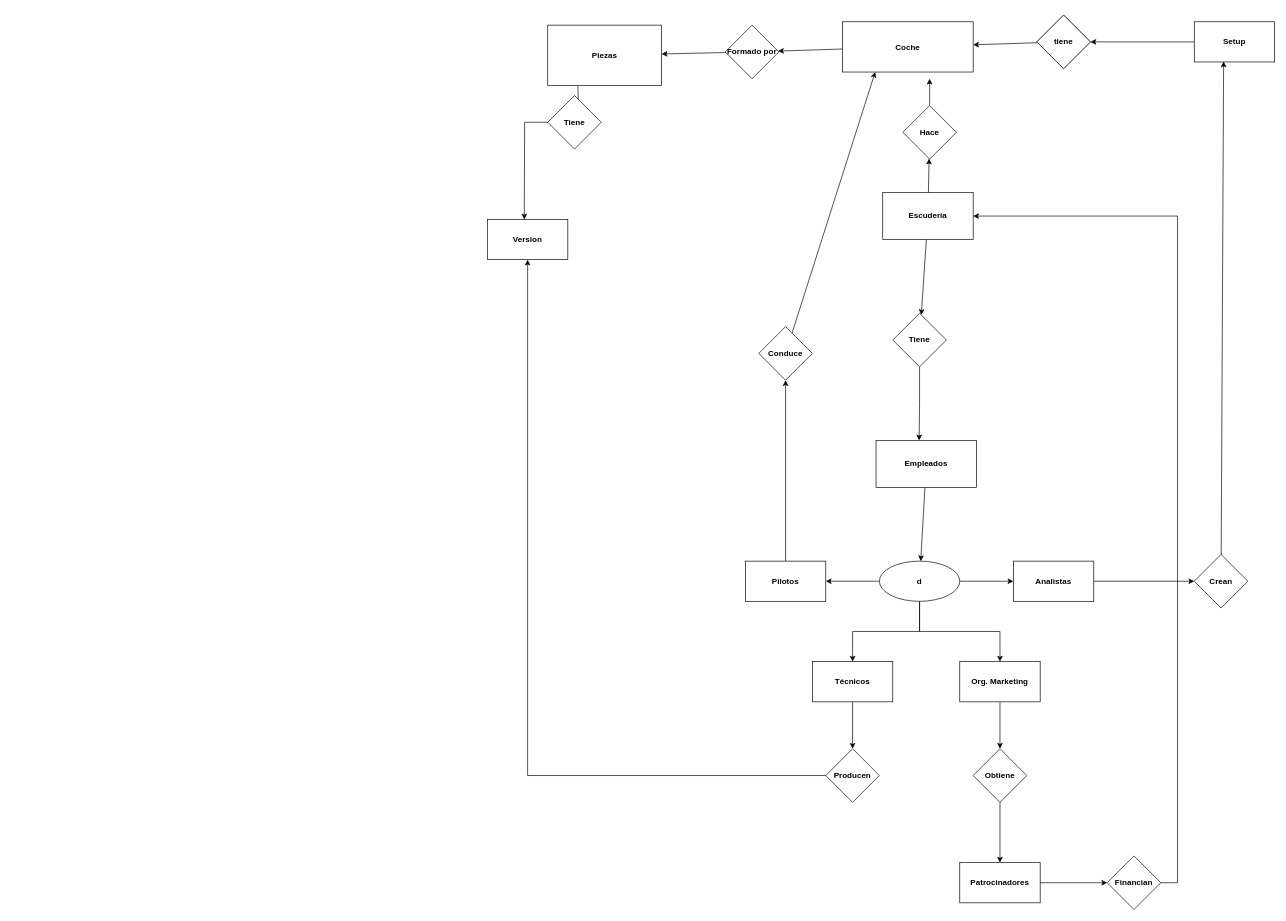
sofiaxinzo/mere keeps this draw.io diagram as Diagrama sin título.drawio. Above is the earlier version. Source tidied: cells renumbered, new cells numbered last; positions are measured from the earlier drawing's top-left corner, leaving out a move shared by most shapes. Both pictures are drawn from the tidied source at 67%, with x=0, y=0 at pixel (487, 15).
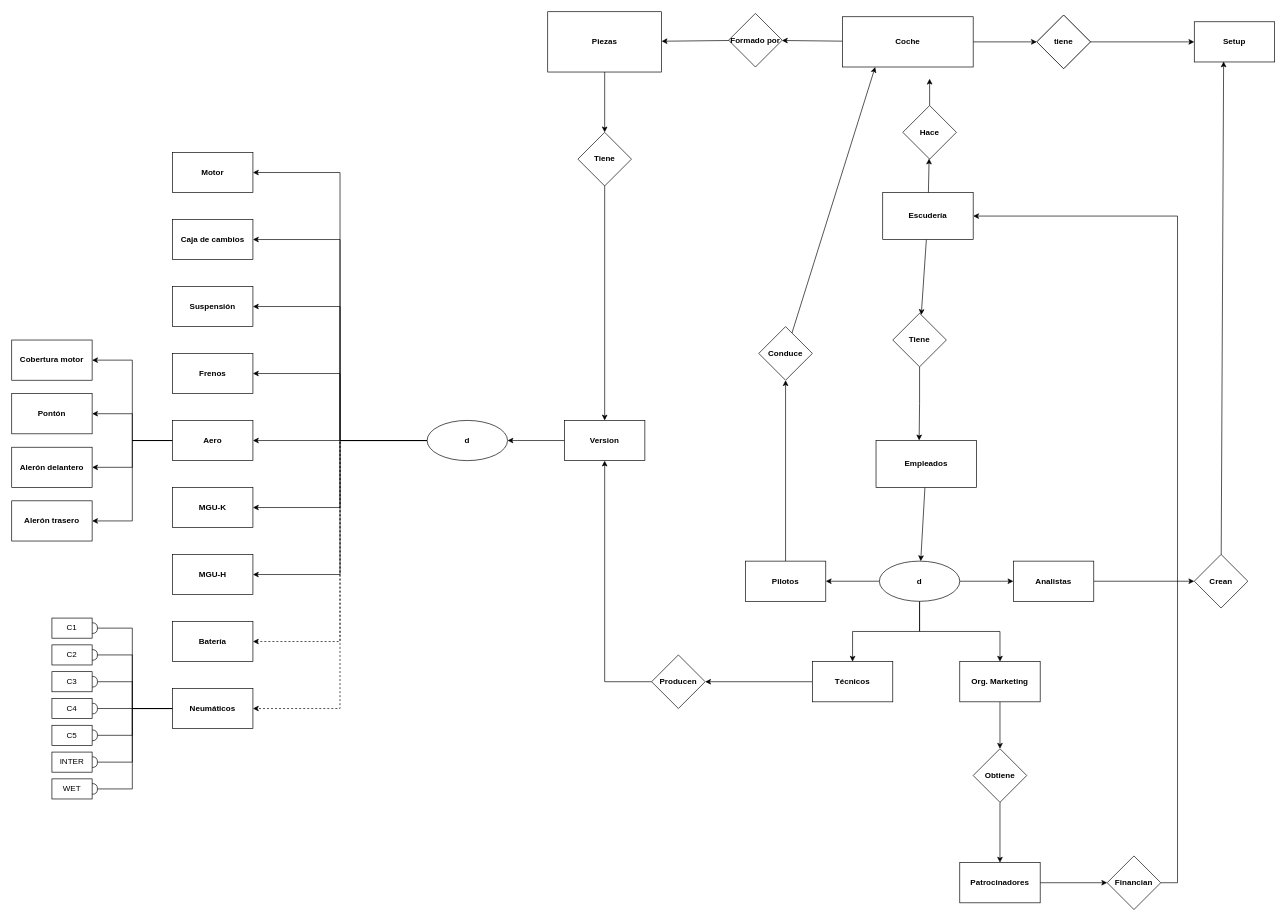
The same diagram, later.

The change refers to these unchanged cells:
```xml
<mxCell id="32" value="&lt;b&gt;Setup&lt;/b&gt;" style="rounded=0;whiteSpace=wrap;html=1;" parent="1" vertex="1">
  <mxGeometry x="1055" y="10" width="120" height="60" as="geometry" />
</mxCell>
<mxCell id="34" value="&lt;b&gt;tiene&lt;/b&gt;" style="rhombus;whiteSpace=wrap;html=1;rounded=0;" parent="1" vertex="1">
  <mxGeometry x="820" width="80" height="80" as="geometry" />
</mxCell>
```

What changed in the source:
```diff
@@
-    <mxCell id="2" style="edgeStyle=orthogonalEdgeStyle;rounded=0;jettySize=auto;html=1;" parent="1" edge="1" target="6">
-      <mxGeometry relative="1" as="geometry">
-        <mxPoint x="135" y="105" as="sourcePoint" />
-      </mxGeometry>
+    <mxCell id="2" style="edgeStyle=orthogonalEdgeStyle;rounded=0;jettySize=auto;html=1;exitX=0.5;exitY=1;exitDx=0;exitDy=0;" parent="1" edge="1" source="28" target="6">
+      <mxGeometry relative="1" as="geometry" />
     </mxCell>
@@
     <mxCell id="4" value="Formado por" style="rhombus;whiteSpace=wrap;html=1;startSize=30;fontStyle=1;" parent="1" vertex="1">
-      <mxGeometry x="355" y="15" width="80" height="80" as="geometry" />
+      <mxGeometry x="360" y="-2.5" width="80" height="80" as="geometry" />
     </mxCell>
-    <mxCell id="5" style="edgeStyle=orthogonalEdgeStyle;rounded=0;jettySize=auto;html=1;entryX=0.5;entryY=0;entryDx=0;entryDy=0;" parent="1" edge="1" source="6">
+    <mxCell id="5" style="edgeStyle=orthogonalEdgeStyle;rounded=0;jettySize=auto;html=1;entryX=0.5;entryY=0;entryDx=0;entryDy=0;exitX=0.5;exitY=1;exitDx=0;exitDy=0;" parent="1" edge="1" source="6" target="27">
       <mxGeometry relative="1" as="geometry">
-        <mxPoint x="55" y="305" as="targetPoint" />
+        <Array as="points">
+          <mxPoint x="175" y="605" />
+        </Array>
       </mxGeometry>
     </mxCell>
     <mxCell id="6" value="Tiene" style="rhombus;whiteSpace=wrap;html=1;startSize=30;fontStyle=1;" parent="1" vertex="1">
-      <mxGeometry x="90" y="120" width="80" height="80" as="geometry" />
+      <mxGeometry x="135" y="175" width="80" height="80" as="geometry" />
     </mxCell>
@@
     <mxCell id="25" style="edgeStyle=orthogonalEdgeStyle;rounded=0;jettySize=auto;html=1;entryX=0.5;entryY=1;entryDx=0;entryDy=0;" parent="1" edge="1" source="26" target="27">
-      <mxGeometry relative="1" as="geometry" />
+      <mxGeometry relative="1" as="geometry">
+        <Array as="points">
+          <mxPoint x="175" y="995" />
+        </Array>
+      </mxGeometry>
     </mxCell>
     <mxCell id="26" value="Producen" style="rhombus;whiteSpace=wrap;html=1;startSize=30;fontStyle=1;" parent="1" vertex="1">
-      <mxGeometry x="505" y="1095" width="80" height="80" as="geometry" />
+      <mxGeometry x="245" y="955" width="80" height="80" as="geometry" />
     </mxCell>
+    <mxCell id="50" style="edgeStyle=orthogonalEdgeStyle;rounded=0;jettySize=auto;html=1;entryX=1;entryY=0.5;entryDx=0;entryDy=0;" parent="1" edge="1" source="27" target="62">
+      <mxGeometry relative="1" as="geometry" />
+    </mxCell>
     <mxCell id="27" value="&lt;b&gt;Version&lt;/b&gt;" style="rounded=0;whiteSpace=wrap;html=1;" parent="1" vertex="1">
-      <mxGeometry y="305" width="120" height="60" as="geometry" />
+      <mxGeometry x="115" y="605" width="120" height="60" as="geometry" />
     </mxCell>
     <mxCell id="28" value="&lt;b&gt;Piezas&lt;/b&gt;" style="rounded=0;whiteSpace=wrap;html=1;" parent="1" vertex="1">
-      <mxGeometry x="90" y="15" width="170" height="90" as="geometry" />
+      <mxGeometry x="90" y="-5" width="170" height="90" as="geometry" />
     </mxCell>
@@
+    <mxCell id="51" style="edgeStyle=orthogonalEdgeStyle;rounded=0;jettySize=auto;html=1;entryX=0;entryY=0.5;entryDx=0;entryDy=0;endArrow=classic;endFill=1;" parent="1" edge="1" source="30" target="34">
+      <mxGeometry relative="1" as="geometry" />
+    </mxCell>
     <mxCell id="30" value="&lt;b&gt;Coche&lt;/b&gt;" style="rounded=0;whiteSpace=wrap;html=1;" parent="1" vertex="1">
-      <mxGeometry x="530" y="10" width="195" height="75" as="geometry" />
+      <mxGeometry x="530" y="2.5" width="195" height="75" as="geometry" />
     </mxCell>
-    <mxCell id="31" style="rounded=0;jettySize=auto;html=1;strokeColor=default;" parent="1" edge="1" source="32" target="34">
-      <mxGeometry relative="1" as="geometry" />
-    </mxCell>
@@
-    <mxCell id="33" style="edgeStyle=none;rounded=0;jettySize=auto;html=1;strokeColor=default;" parent="1" edge="1" source="34" target="30">
-      <mxGeometry relative="1" as="geometry" />
-    </mxCell>
+    <mxCell id="52" style="edgeStyle=orthogonalEdgeStyle;rounded=0;jettySize=auto;html=1;entryX=0;entryY=0.5;entryDx=0;entryDy=0;endArrow=classic;endFill=1;" parent="1" edge="1" source="34" target="32">
+      <mxGeometry relative="1" as="geometry" />
+    </mxCell>
@@
+    <mxCell id="53" style="edgeStyle=orthogonalEdgeStyle;rounded=0;jettySize=auto;html=1;exitX=0;exitY=0.5;exitDx=0;exitDy=0;entryX=1;entryY=0.5;entryDx=0;entryDy=0;" parent="1" edge="1" source="62" target="70">
+      <mxGeometry relative="1" as="geometry" />
+    </mxCell>
+    <mxCell id="54" style="edgeStyle=orthogonalEdgeStyle;rounded=0;jettySize=auto;html=1;entryX=1;entryY=0.5;entryDx=0;entryDy=0;exitX=0;exitY=0.5;exitDx=0;exitDy=0;" parent="1" edge="1" source="62" target="63">
+      <mxGeometry relative="1" as="geometry" />
+    </mxCell>
+    <mxCell id="55" style="edgeStyle=orthogonalEdgeStyle;rounded=0;jettySize=auto;html=1;entryX=1;entryY=0.5;entryDx=0;entryDy=0;" parent="1" edge="1" source="62" target="64">
+      <mxGeometry relative="1" as="geometry" />
+    </mxCell>
+    <mxCell id="56" style="edgeStyle=orthogonalEdgeStyle;rounded=0;jettySize=auto;html=1;exitX=0;exitY=0.5;exitDx=0;exitDy=0;entryX=1;entryY=0.5;entryDx=0;entryDy=0;" parent="1" edge="1" source="62" target="74">
+      <mxGeometry relative="1" as="geometry" />
+    </mxCell>
+    <mxCell id="57" style="edgeStyle=orthogonalEdgeStyle;rounded=0;jettySize=auto;html=1;exitX=0;exitY=0.5;exitDx=0;exitDy=0;entryX=1;entryY=0.5;entryDx=0;entryDy=0;" parent="1" edge="1" source="62" target="69">
+      <mxGeometry relative="1" as="geometry" />
+    </mxCell>
+    <mxCell id="58" style="edgeStyle=orthogonalEdgeStyle;rounded=0;jettySize=auto;html=1;exitX=0;exitY=0.5;exitDx=0;exitDy=0;entryX=1;entryY=0.5;entryDx=0;entryDy=0;" parent="1" edge="1" source="62" target="72">
+      <mxGeometry relative="1" as="geometry" />
+    </mxCell>
+    <mxCell id="59" style="edgeStyle=orthogonalEdgeStyle;rounded=0;jettySize=auto;html=1;entryX=1;entryY=0.5;entryDx=0;entryDy=0;endArrow=classic;endFill=1;" parent="1" edge="1" source="62" target="73">
+      <mxGeometry relative="1" as="geometry" />
+    </mxCell>
+    <mxCell id="60" style="edgeStyle=orthogonalEdgeStyle;rounded=0;jettySize=auto;html=1;exitX=0;exitY=0.5;exitDx=0;exitDy=0;entryX=1;entryY=0.5;entryDx=0;entryDy=0;dashed=1;" parent="1" edge="1" source="62" target="71">
+      <mxGeometry relative="1" as="geometry" />
+    </mxCell>
+    <mxCell id="61" style="edgeStyle=orthogonalEdgeStyle;rounded=0;jettySize=auto;html=1;exitX=0;exitY=0.5;exitDx=0;exitDy=0;entryX=1;entryY=0.5;entryDx=0;entryDy=0;dashed=1;" parent="1" edge="1" source="62" target="81">
+      <mxGeometry relative="1" as="geometry" />
+    </mxCell>
+    <mxCell id="62" value="d" style="ellipse;whiteSpace=wrap;html=1;startSize=30;fontStyle=1;" parent="1" vertex="1">
+      <mxGeometry x="-90" y="605" width="120" height="60" as="geometry" />
+    </mxCell>
+    <mxCell id="63" value="&lt;b&gt;Caja de cambios&lt;/b&gt;" style="rounded=0;whiteSpace=wrap;html=1;" parent="1" vertex="1">
+      <mxGeometry x="-470" y="305" width="120" height="60" as="geometry" />
+    </mxCell>
+    <mxCell id="64" value="&lt;b&gt;Suspensión&lt;/b&gt;" style="rounded=0;whiteSpace=wrap;html=1;" parent="1" vertex="1">
+      <mxGeometry x="-470" y="405" width="120" height="60" as="geometry" />
+    </mxCell>
+    <mxCell id="65" style="edgeStyle=orthogonalEdgeStyle;rounded=0;jettySize=auto;html=1;exitX=0;exitY=0.5;exitDx=0;exitDy=0;entryX=1;entryY=0.5;entryDx=0;entryDy=0;" parent="1" edge="1" source="69" target="83">
+      <mxGeometry relative="1" as="geometry" />
+    </mxCell>
+    <mxCell id="66" style="edgeStyle=orthogonalEdgeStyle;rounded=0;jettySize=auto;html=1;entryX=1;entryY=0.5;entryDx=0;entryDy=0;" parent="1" edge="1" source="69" target="84">
+      <mxGeometry relative="1" as="geometry" />
+    </mxCell>
+    <mxCell id="67" style="edgeStyle=orthogonalEdgeStyle;rounded=0;jettySize=auto;html=1;entryX=1;entryY=0.5;entryDx=0;entryDy=0;" parent="1" edge="1" source="69" target="85">
+      <mxGeometry relative="1" as="geometry" />
+    </mxCell>
+    <mxCell id="68" style="edgeStyle=orthogonalEdgeStyle;rounded=0;jettySize=auto;html=1;entryX=1;entryY=0.5;entryDx=0;entryDy=0;" parent="1" edge="1" source="69" target="82">
+      <mxGeometry relative="1" as="geometry" />
+    </mxCell>
+    <mxCell id="69" value="&lt;b&gt;Aero&lt;/b&gt;" style="rounded=0;whiteSpace=wrap;html=1;" parent="1" vertex="1">
+      <mxGeometry x="-470" y="605" width="120" height="60" as="geometry" />
+    </mxCell>
+    <mxCell id="70" value="&lt;b&gt;Motor&lt;/b&gt;" style="rounded=0;whiteSpace=wrap;html=1;" parent="1" vertex="1">
+      <mxGeometry x="-470" y="205" width="120" height="60" as="geometry" />
+    </mxCell>
+    <mxCell id="71" value="&lt;b&gt;Batería&lt;/b&gt;" style="rounded=0;whiteSpace=wrap;html=1;" parent="1" vertex="1">
+      <mxGeometry x="-470" y="905" width="120" height="60" as="geometry" />
+    </mxCell>
+    <mxCell id="72" value="&lt;b&gt;MGU-K&lt;/b&gt;" style="rounded=0;whiteSpace=wrap;html=1;" parent="1" vertex="1">
+      <mxGeometry x="-470" y="705" width="120" height="60" as="geometry" />
+    </mxCell>
+    <mxCell id="73" value="&lt;b&gt;MGU-H&lt;/b&gt;" style="rounded=0;whiteSpace=wrap;html=1;" parent="1" vertex="1">
+      <mxGeometry x="-470" y="805" width="120" height="60" as="geometry" />
+    </mxCell>
+    <mxCell id="74" value="&lt;b&gt;Frenos&lt;/b&gt;" style="rounded=0;whiteSpace=wrap;html=1;" parent="1" vertex="1">
+      <mxGeometry x="-470" y="505" width="120" height="60" as="geometry" />
+    </mxCell>
+    <mxCell id="75" style="edgeStyle=orthogonalEdgeStyle;rounded=0;jettySize=auto;html=1;entryX=1;entryY=0.5;entryDx=0;entryDy=0;endArrow=halfCircle;endFill=0;" parent="1" edge="1" source="81" target="86">
+      <mxGeometry relative="1" as="geometry" />
+    </mxCell>
+    <mxCell id="76" style="edgeStyle=orthogonalEdgeStyle;rounded=0;jettySize=auto;html=1;entryX=1;entryY=0.5;entryDx=0;entryDy=0;endArrow=halfCircle;endFill=0;" parent="1" edge="1" source="81" target="87">
+      <mxGeometry relative="1" as="geometry" />
+    </mxCell>
+    <mxCell id="77" style="edgeStyle=orthogonalEdgeStyle;rounded=0;jettySize=auto;html=1;entryX=1;entryY=0.5;entryDx=0;entryDy=0;endArrow=halfCircle;endFill=0;" parent="1" edge="1" source="81" target="88">
+      <mxGeometry relative="1" as="geometry" />
+    </mxCell>
+    <mxCell id="78" style="edgeStyle=orthogonalEdgeStyle;rounded=0;jettySize=auto;html=1;entryX=1;entryY=0.5;entryDx=0;entryDy=0;endArrow=halfCircle;endFill=0;" parent="1" edge="1" source="81" target="89">
+      <mxGeometry relative="1" as="geometry" />
+    </mxCell>
+    <mxCell id="79" style="edgeStyle=orthogonalEdgeStyle;rounded=0;jettySize=auto;html=1;entryX=1;entryY=0.5;entryDx=0;entryDy=0;endArrow=halfCircle;endFill=0;" parent="1" edge="1" source="81" target="90">
+      <mxGeometry relative="1" as="geometry" />
+    </mxCell>
+    <mxCell id="80" style="edgeStyle=orthogonalEdgeStyle;rounded=0;jettySize=auto;html=1;entryX=1;entryY=0.5;entryDx=0;entryDy=0;endArrow=halfCircle;endFill=0;" parent="1" edge="1" source="81" target="91">
+      <mxGeometry relative="1" as="geometry" />
+    </mxCell>
+    <mxCell id="81" value="&lt;b&gt;Neumáticos&lt;/b&gt;" style="rounded=0;whiteSpace=wrap;html=1;" parent="1" vertex="1">
+      <mxGeometry x="-470" y="1005" width="120" height="60" as="geometry" />
+    </mxCell>
+    <mxCell id="82" value="&lt;b&gt;Cobertura motor&lt;/b&gt;" style="rounded=0;whiteSpace=wrap;html=1;" parent="1" vertex="1">
+      <mxGeometry x="-710" y="485" width="120" height="60" as="geometry" />
+    </mxCell>
+    <mxCell id="83" value="&lt;b&gt;Pontón&lt;/b&gt;" style="rounded=0;whiteSpace=wrap;html=1;" parent="1" vertex="1">
+      <mxGeometry x="-710" y="565" width="120" height="60" as="geometry" />
+    </mxCell>
+    <mxCell id="84" value="&lt;b&gt;Alerón delantero&lt;/b&gt;" style="rounded=0;whiteSpace=wrap;html=1;" parent="1" vertex="1">
+      <mxGeometry x="-710" y="645" width="120" height="60" as="geometry" />
+    </mxCell>
+    <mxCell id="85" value="&lt;b&gt;Alerón trasero&lt;/b&gt;" style="rounded=0;whiteSpace=wrap;html=1;" parent="1" vertex="1">
+      <mxGeometry x="-710" y="725" width="120" height="60" as="geometry" />
+    </mxCell>
+    <mxCell id="86" value="C1" style="rounded=0;whiteSpace=wrap;html=1;" parent="1" vertex="1">
+      <mxGeometry x="-650" y="900" width="60" height="30" as="geometry" />
+    </mxCell>
+    <mxCell id="87" value="C2" style="rounded=0;whiteSpace=wrap;html=1;" parent="1" vertex="1">
+      <mxGeometry x="-650" y="940" width="60" height="30" as="geometry" />
+    </mxCell>
+    <mxCell id="88" value="C3" style="rounded=0;whiteSpace=wrap;html=1;" parent="1" vertex="1">
+      <mxGeometry x="-650" y="980" width="60" height="30" as="geometry" />
+    </mxCell>
+    <mxCell id="89" value="C4" style="rounded=0;whiteSpace=wrap;html=1;" parent="1" vertex="1">
+      <mxGeometry x="-650" y="1020" width="60" height="30" as="geometry" />
+    </mxCell>
+    <mxCell id="90" value="C5" style="rounded=0;whiteSpace=wrap;html=1;" parent="1" vertex="1">
+      <mxGeometry x="-650" y="1060" width="60" height="30" as="geometry" />
+    </mxCell>
+    <mxCell id="91" value="INTER" style="rounded=0;whiteSpace=wrap;html=1;" parent="1" vertex="1">
+      <mxGeometry x="-650" y="1100" width="60" height="30" as="geometry" />
+    </mxCell>
+    <mxCell id="92" value="WET" style="rounded=0;whiteSpace=wrap;html=1;" parent="1" vertex="1">
+      <mxGeometry x="-650" y="1140" width="60" height="30" as="geometry" />
+    </mxCell>
+    <mxCell id="93" style="edgeStyle=orthogonalEdgeStyle;rounded=0;jettySize=auto;html=1;entryX=1;entryY=0.5;entryDx=0;entryDy=0;endArrow=halfCircle;endFill=0;" parent="1" edge="1" source="81" target="92">
+      <mxGeometry relative="1" as="geometry" />
+    </mxCell>
```
